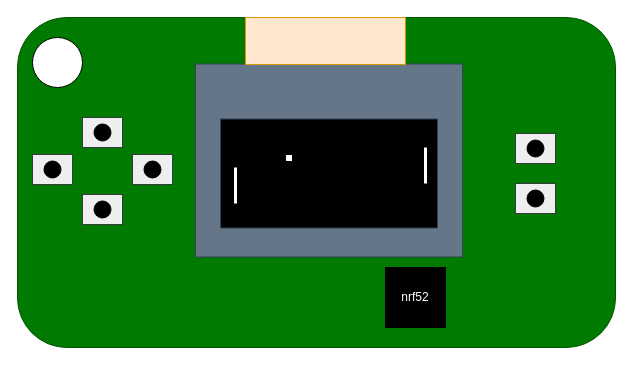
Above: 1_Documents/idea_mockup_diagram.drawio in carvalhodemagno/Keychain (draw.io), before the change. Source tidied: cells renumbered, new cells numbered last; positions are measured from the earlier drawing's top-left corner, leaving out a move shared by most shapes. Both pictures are drawn from the tidied source at 100%, with x=0, y=0 at pixel (17, 17).
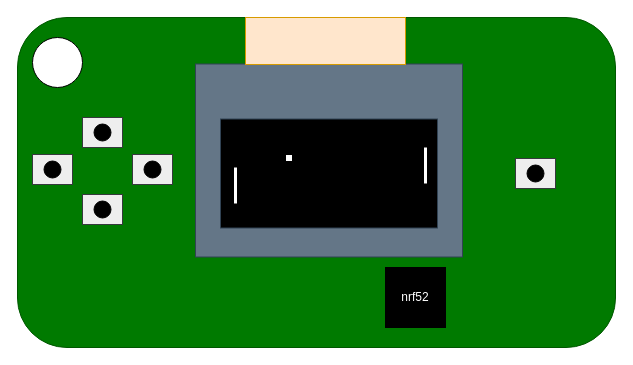
After the change.

Commit message (it also covers changes not shown here):
adds firt draft of schematic files and start of pcb layout

What changed in the source:
```diff
@@
-    <mxCell id="6" style="rounded=0;whiteSpace=wrap;html=1;fillColor=#eeeeee;strokeColor=#36393d;" parent="1" vertex="1">
-      <mxGeometry x="498" y="116" width="40" height="30" as="geometry" />
-    </mxCell>
-    <mxCell id="7" style="ellipse;whiteSpace=wrap;html=1;fillColor=#000000;strokeColor=#000000;" parent="1" vertex="1">
-      <mxGeometry x="509.5" y="122.5" width="17" height="17" as="geometry" />
-    </mxCell>
     <mxCell id="8" style="rounded=0;whiteSpace=wrap;html=1;fillColor=#eeeeee;strokeColor=#36393d;" parent="1" vertex="1">
-      <mxGeometry x="498" y="166" width="40" height="30" as="geometry" />
+      <mxGeometry x="498" y="141" width="40" height="30" as="geometry" />
     </mxCell>
     <mxCell id="9" style="ellipse;whiteSpace=wrap;html=1;fillColor=#000000;" parent="1" vertex="1">
-      <mxGeometry x="509.5" y="172.5" width="17" height="17" as="geometry" />
+      <mxGeometry x="509.5" y="147.5" width="17" height="17" as="geometry" />
     </mxCell>
```
